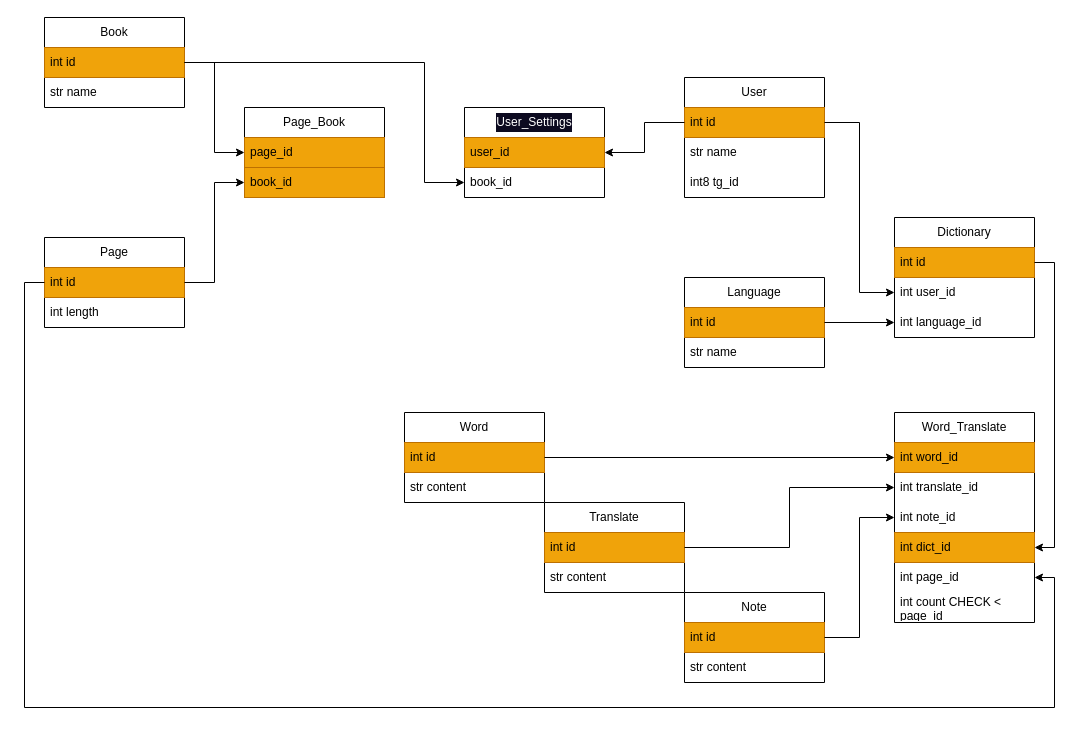
This is charts/database.drawio from DParamedic/berber_learn, a draw.io file, before an edit. Source tidied: cells renumbered, new cells numbered last; positions are measured from the earlier drawing's top-left corner, leaving out a move shared by most shapes. Both pictures are drawn from the tidied source at 100%, with x=0, y=0 at pixel (24, 17).
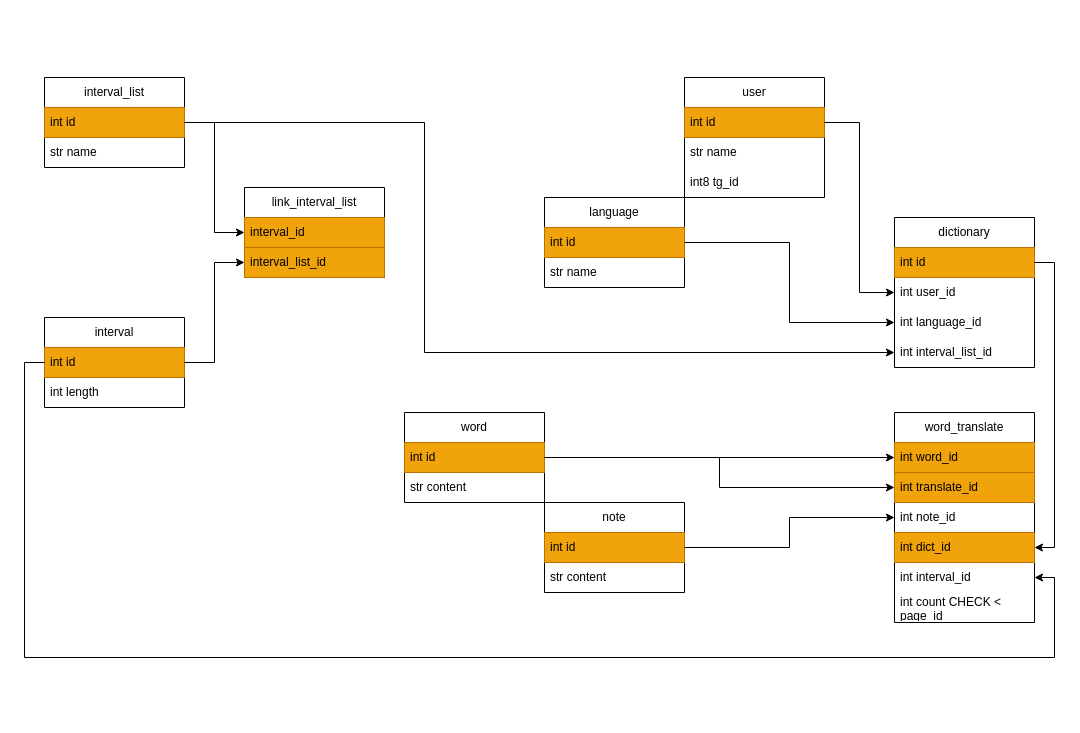
The same page after the edit.

The change refers to these unchanged cells:
```xml
<mxCell id="3" value="int id" style="text;strokeColor=#BD7000;fillColor=#f0a30a;align=left;verticalAlign=middle;spacingLeft=4;spacingRight=4;overflow=hidden;points=[[0,0.5],[1,0.5]];portConstraint=eastwest;whiteSpace=wrap;html=1;fontColor=#000000;" parent="2" vertex="1">
  <mxGeometry y="30" width="140" height="30" as="geometry" />
</mxCell>
<mxCell id="6" value="int id" style="text;strokeColor=#BD7000;fillColor=#f0a30a;align=left;verticalAlign=middle;spacingLeft=4;spacingRight=4;overflow=hidden;points=[[0,0.5],[1,0.5]];portConstraint=eastwest;whiteSpace=wrap;html=1;fontColor=#000000;" parent="5" vertex="1">
  <mxGeometry y="30" width="140" height="30" as="geometry" />
</mxCell>
<mxCell id="9" value="int id" style="text;strokeColor=#BD7000;fillColor=#f0a30a;align=left;verticalAlign=middle;spacingLeft=4;spacingRight=4;overflow=hidden;points=[[0,0.5],[1,0.5]];portConstraint=eastwest;whiteSpace=wrap;html=1;fontColor=#000000;" parent="8" vertex="1">
  <mxGeometry y="30" width="140" height="30" as="geometry" />
</mxCell>
<mxCell id="22" value="int id" style="text;strokeColor=#BD7000;fillColor=#f0a30a;align=left;verticalAlign=middle;spacingLeft=4;spacingRight=4;overflow=hidden;points=[[0,0.5],[1,0.5]];portConstraint=eastwest;whiteSpace=wrap;html=1;fontColor=#000000;" parent="21" vertex="1">
  <mxGeometry y="30" width="140" height="30" as="geometry" />
</mxCell>
```

Change to the diagram source:
```diff
@@
-    <mxCell id="2" value="Page" style="swimlane;fontStyle=0;horizontal=1;startSize=30;whiteSpace=wrap;html=1;" parent="1" vertex="1">
-      <mxGeometry x="20" y="220" width="140" height="90" as="geometry" />
+    <mxCell id="2" value="interval" style="swimlane;fontStyle=0;horizontal=1;startSize=30;whiteSpace=wrap;html=1;" parent="1" vertex="1">
+      <mxGeometry x="20" y="300" width="140" height="90" as="geometry" />
     </mxCell>
@@
-    <mxCell id="5" value="Book" style="swimlane;fontStyle=0;horizontal=1;startSize=30;whiteSpace=wrap;html=1;" parent="1" vertex="1">
-      <mxGeometry x="20" width="140" height="90" as="geometry" />
+    <mxCell id="5" value="interval_list" style="swimlane;fontStyle=0;horizontal=1;startSize=30;whiteSpace=wrap;html=1;" parent="1" vertex="1">
+      <mxGeometry x="20" y="60" width="140" height="90" as="geometry" />
     </mxCell>
@@
-    <mxCell id="8" value="Word" style="swimlane;fontStyle=0;horizontal=1;startSize=30;whiteSpace=wrap;html=1;" parent="1" vertex="1">
+    <mxCell id="8" value="word" style="swimlane;fontStyle=0;horizontal=1;startSize=30;whiteSpace=wrap;html=1;" parent="1" vertex="1">
       <mxGeometry x="380" y="395" width="140" height="90" as="geometry" />
     </mxCell>
@@
-    <mxCell id="11" value="Translate" style="swimlane;fontStyle=0;horizontal=1;startSize=30;whiteSpace=wrap;html=1;" parent="1" vertex="1">
-      <mxGeometry x="520" y="485" width="140" height="90" as="geometry" />
-    </mxCell>
-    <mxCell id="12" value="int id" style="text;strokeColor=#BD7000;fillColor=#f0a30a;align=left;verticalAlign=middle;spacingLeft=4;spacingRight=4;overflow=hidden;points=[[0,0.5],[1,0.5]];portConstraint=eastwest;whiteSpace=wrap;html=1;fontColor=#000000;" parent="11" vertex="1">
-      <mxGeometry y="30" width="140" height="30" as="geometry" />
-    </mxCell>
-    <mxCell id="13" value="str content" style="text;strokeColor=none;fillColor=none;align=left;verticalAlign=middle;spacingLeft=4;spacingRight=4;overflow=hidden;whiteSpace=wrap;html=1;" parent="11" vertex="1">
-      <mxGeometry y="60" width="140" height="30" as="geometry" />
-    </mxCell>
-    <mxCell id="14" value="Page_Book" style="swimlane;fontStyle=0;horizontal=1;startSize=30;whiteSpace=wrap;html=1;" parent="1" vertex="1">
-      <mxGeometry x="220" y="90" width="140" height="90" as="geometry" />
+    <mxCell id="14" value="link_interval_list" style="swimlane;fontStyle=0;horizontal=1;startSize=30;whiteSpace=wrap;html=1;" parent="1" vertex="1">
+      <mxGeometry x="220" y="170" width="140" height="90" as="geometry" />
     </mxCell>
-    <mxCell id="15" value="page_id" style="text;strokeColor=#BD7000;fillColor=#f0a30a;align=left;verticalAlign=middle;spacingLeft=4;spacingRight=4;overflow=hidden;points=[[0,0.5],[1,0.5]];portConstraint=eastwest;whiteSpace=wrap;html=1;fontColor=#000000;" parent="14" vertex="1">
+    <mxCell id="15" value="interval_id" style="text;strokeColor=#BD7000;fillColor=#f0a30a;align=left;verticalAlign=middle;spacingLeft=4;spacingRight=4;overflow=hidden;points=[[0,0.5],[1,0.5]];portConstraint=eastwest;whiteSpace=wrap;html=1;fontColor=#000000;" parent="14" vertex="1">
       <mxGeometry y="30" width="140" height="30" as="geometry" />
     </mxCell>
-    <mxCell id="16" value="book_id" style="text;strokeColor=#BD7000;fillColor=#f0a30a;align=left;verticalAlign=middle;spacingLeft=4;spacingRight=4;overflow=hidden;points=[[0,0.5],[1,0.5]];portConstraint=eastwest;whiteSpace=wrap;html=1;fontColor=#000000;" parent="14" vertex="1">
+    <mxCell id="16" value="interval_list_id" style="text;strokeColor=#BD7000;fillColor=#f0a30a;align=left;verticalAlign=middle;spacingLeft=4;spacingRight=4;overflow=hidden;points=[[0,0.5],[1,0.5]];portConstraint=eastwest;whiteSpace=wrap;html=1;fontColor=#000000;" parent="14" vertex="1">
       <mxGeometry y="60" width="140" height="30" as="geometry" />
     </mxCell>
-    <mxCell id="17" value="Dictionary" style="swimlane;fontStyle=0;horizontal=1;startSize=30;whiteSpace=wrap;html=1;" parent="1" vertex="1">
-      <mxGeometry x="870" y="200" width="140" height="120" as="geometry" />
+    <mxCell id="17" value="dictionary" style="swimlane;fontStyle=0;horizontal=1;startSize=30;whiteSpace=wrap;html=1;" parent="1" vertex="1">
+      <mxGeometry x="870" y="200" width="140" height="150" as="geometry" />
     </mxCell>
@@
+    <mxCell id="52" value="int interval_list_id" style="text;strokeColor=none;fillColor=none;align=left;verticalAlign=middle;spacingLeft=4;spacingRight=4;overflow=hidden;points=[[0,0.5],[1,0.5]];portConstraint=eastwest;whiteSpace=wrap;html=1;" parent="17" vertex="1">
+      <mxGeometry y="120" width="140" height="30" as="geometry" />
+    </mxCell>
-    <mxCell id="21" value="User" style="swimlane;fontStyle=0;horizontal=1;startSize=30;whiteSpace=wrap;html=1;" parent="1" vertex="1">
+    <mxCell id="21" value="user" style="swimlane;fontStyle=0;horizontal=1;startSize=30;whiteSpace=wrap;html=1;" parent="1" vertex="1">
       <mxGeometry x="660" y="60" width="140" height="120" as="geometry" />
     </mxCell>
@@
-    <mxCell id="25" value="Language" style="swimlane;fontStyle=0;horizontal=1;startSize=30;whiteSpace=wrap;html=1;" parent="1" vertex="1">
-      <mxGeometry x="660" y="260" width="140" height="90" as="geometry" />
+    <mxCell id="25" value="language" style="swimlane;fontStyle=0;horizontal=1;startSize=30;whiteSpace=wrap;html=1;" parent="1" vertex="1">
+      <mxGeometry x="520" y="180" width="140" height="90" as="geometry" />
     </mxCell>
@@
-    <mxCell id="28" value="&lt;div style=&quot;background-color: rgb(12, 10, 32); line-height: 19px; white-space: pre;&quot;&gt;&lt;span&gt;&lt;font style=&quot;color: rgb(255, 255, 255);&quot; face=&quot;Helvetica&quot;&gt;User_Settings&lt;/font&gt;&lt;/span&gt;&lt;/div&gt;" style="swimlane;fontStyle=0;horizontal=1;startSize=30;whiteSpace=wrap;html=1;" parent="1" vertex="1">
-      <mxGeometry x="440" y="90" width="140" height="90" as="geometry" />
-    </mxCell>
-    <mxCell id="29" value="user_id" style="text;strokeColor=#BD7000;fillColor=#f0a30a;align=left;verticalAlign=middle;spacingLeft=4;spacingRight=4;overflow=hidden;points=[[0,0.5],[1,0.5]];portConstraint=eastwest;whiteSpace=wrap;html=1;fontColor=#000000;" parent="28" vertex="1">
-      <mxGeometry y="30" width="140" height="30" as="geometry" />
-    </mxCell>
-    <mxCell id="30" value="book_id" style="text;align=left;verticalAlign=middle;spacingLeft=4;spacingRight=4;overflow=hidden;points=[[0,0.5],[1,0.5]];portConstraint=eastwest;whiteSpace=wrap;html=1;" parent="28" vertex="1">
-      <mxGeometry y="60" width="140" height="30" as="geometry" />
-    </mxCell>
@@
-    <mxCell id="33" style="edgeStyle=orthogonalEdgeStyle;rounded=0;jettySize=auto;html=1;exitX=0;exitY=0.5;exitDx=0;exitDy=0;entryX=1;entryY=0.5;entryDx=0;entryDy=0;" parent="1" edge="1" source="22" target="29">
-      <mxGeometry relative="1" as="geometry" />
-    </mxCell>
-    <mxCell id="34" style="edgeStyle=orthogonalEdgeStyle;rounded=0;jettySize=auto;html=1;exitX=1;exitY=0.5;exitDx=0;exitDy=0;entryX=0;entryY=0.5;entryDx=0;entryDy=0;" parent="1" edge="1" source="6" target="30">
-      <mxGeometry relative="1" as="geometry">
-        <Array as="points">
-          <mxPoint x="400" y="45" />
-          <mxPoint x="400" y="165" />
-        </Array>
-      </mxGeometry>
-    </mxCell>
-    <mxCell id="35" value="Word_Translate" style="swimlane;fontStyle=0;horizontal=1;startSize=30;whiteSpace=wrap;html=1;" parent="1" vertex="1">
+    <mxCell id="35" value="word_translate" style="swimlane;fontStyle=0;horizontal=1;startSize=30;whiteSpace=wrap;html=1;" parent="1" vertex="1">
       <mxGeometry x="870" y="395" width="140" height="210" as="geometry" />
     </mxCell>
@@
-    <mxCell id="37" value="int translate_id" style="text;align=left;verticalAlign=middle;spacingLeft=4;spacingRight=4;overflow=hidden;points=[[0,0.5],[1,0.5]];portConstraint=eastwest;whiteSpace=wrap;html=1;" parent="35" vertex="1">
+    <mxCell id="37" value="int translate_id" style="text;align=left;verticalAlign=middle;spacingLeft=4;spacingRight=4;overflow=hidden;points=[[0,0.5],[1,0.5]];portConstraint=eastwest;whiteSpace=wrap;html=1;fillColor=#f0a30a;fontColor=#000000;strokeColor=#BD7000;" parent="35" vertex="1">
       <mxGeometry y="60" width="140" height="30" as="geometry" />
     </mxCell>
@@
-    <mxCell id="40" value="int page_id" style="text;strokeColor=none;fillColor=none;align=left;verticalAlign=middle;spacingLeft=4;spacingRight=4;overflow=hidden;points=[[0,0.5],[1,0.5]];portConstraint=eastwest;whiteSpace=wrap;html=1;" parent="35" vertex="1">
+    <mxCell id="40" value="int interval_id" style="text;strokeColor=none;fillColor=none;align=left;verticalAlign=middle;spacingLeft=4;spacingRight=4;overflow=hidden;points=[[0,0.5],[1,0.5]];portConstraint=eastwest;whiteSpace=wrap;html=1;" parent="35" vertex="1">
       <mxGeometry y="150" width="140" height="30" as="geometry" />
     </mxCell>
@@
-    <mxCell id="44" value="Note" style="swimlane;fontStyle=0;horizontal=1;startSize=30;whiteSpace=wrap;html=1;" parent="1" vertex="1">
-      <mxGeometry x="660" y="575" width="140" height="90" as="geometry" />
+    <mxCell id="44" value="note" style="swimlane;fontStyle=0;horizontal=1;startSize=30;whiteSpace=wrap;html=1;" parent="1" vertex="1">
+      <mxGeometry x="520" y="485" width="140" height="90" as="geometry" />
     </mxCell>
@@
-    <mxCell id="49" style="edgeStyle=orthogonalEdgeStyle;rounded=0;jettySize=auto;html=1;exitX=1;exitY=0.5;exitDx=0;exitDy=0;entryX=0;entryY=0.5;entryDx=0;entryDy=0;" parent="1" edge="1" source="12" target="37">
-      <mxGeometry relative="1" as="geometry" />
-    </mxCell>
@@
     <mxCell id="51" style="edgeStyle=orthogonalEdgeStyle;rounded=0;jettySize=auto;html=1;exitX=0;exitY=0.5;exitDx=0;exitDy=0;entryX=1;entryY=0.5;entryDx=0;entryDy=0;" parent="1" edge="1" source="3" target="40">
       <mxGeometry relative="1" as="geometry">
         <Array as="points">
-          <mxPoint y="265" />
-          <mxPoint y="690" />
-          <mxPoint x="1030" y="690" />
+          <mxPoint y="345" />
+          <mxPoint y="640" />
+          <mxPoint x="1030" y="640" />
           <mxPoint x="1030" y="560" />
         </Array>
       </mxGeometry>
     </mxCell>
+    <mxCell id="53" style="edgeStyle=orthogonalEdgeStyle;rounded=0;jettySize=auto;html=1;exitX=1;exitY=0.5;exitDx=0;exitDy=0;entryX=0;entryY=0.5;entryDx=0;entryDy=0;" parent="1" edge="1" source="6" target="52">
+      <mxGeometry relative="1" as="geometry">
+        <Array as="points">
+          <mxPoint x="400" y="105" />
+          <mxPoint x="400" y="335" />
+        </Array>
+      </mxGeometry>
+    </mxCell>
+    <mxCell id="54" style="edgeStyle=orthogonalEdgeStyle;rounded=0;jettySize=auto;html=1;exitX=1;exitY=0.5;exitDx=0;exitDy=0;entryX=0;entryY=0.5;entryDx=0;entryDy=0;" parent="1" edge="1" source="9" target="37">
+      <mxGeometry relative="1" as="geometry" />
+    </mxCell>
```
